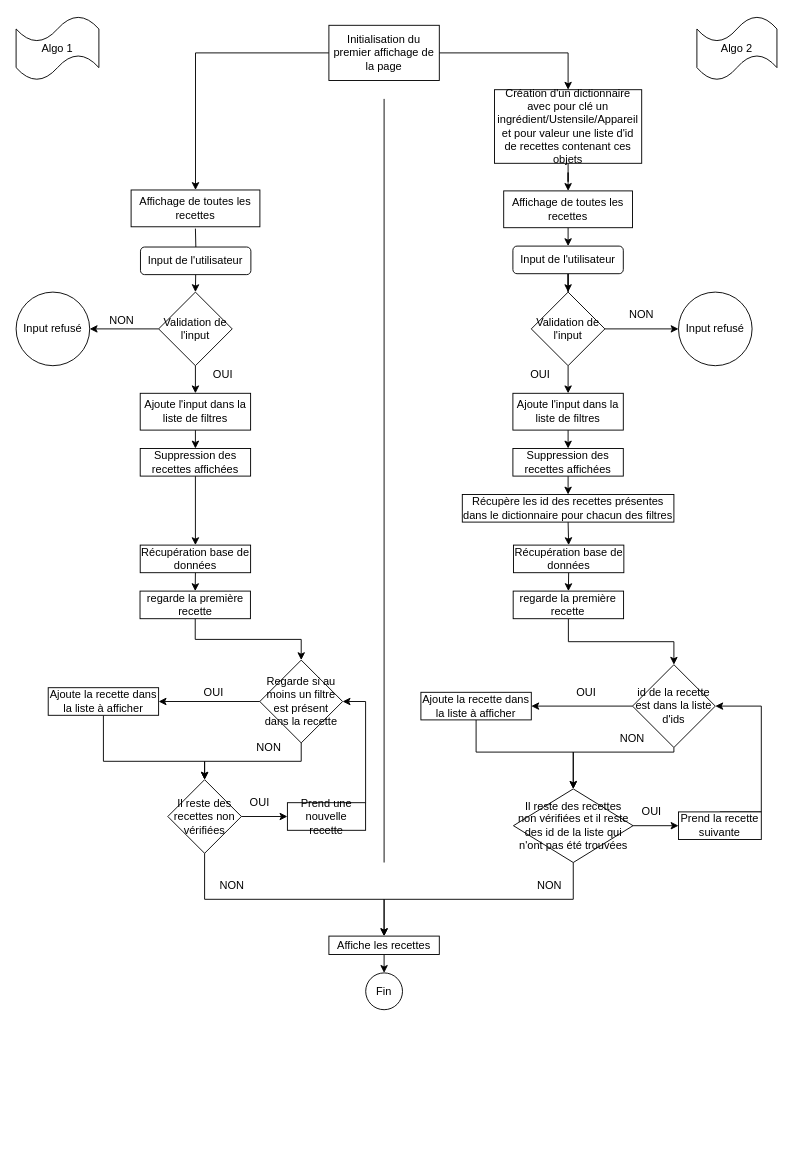
Earlier version of the draw.io diagram Diagramme sans nom.drawio (Antonin81/Les-petits-plats). Source tidied: cells renumbered, new cells numbered last; positions are measured from the earlier drawing's top-left corner, leaving out a move shared by most shapes. Both pictures are drawn from the tidied source at 92%, with x=0, y=0 at pixel (16, 16).
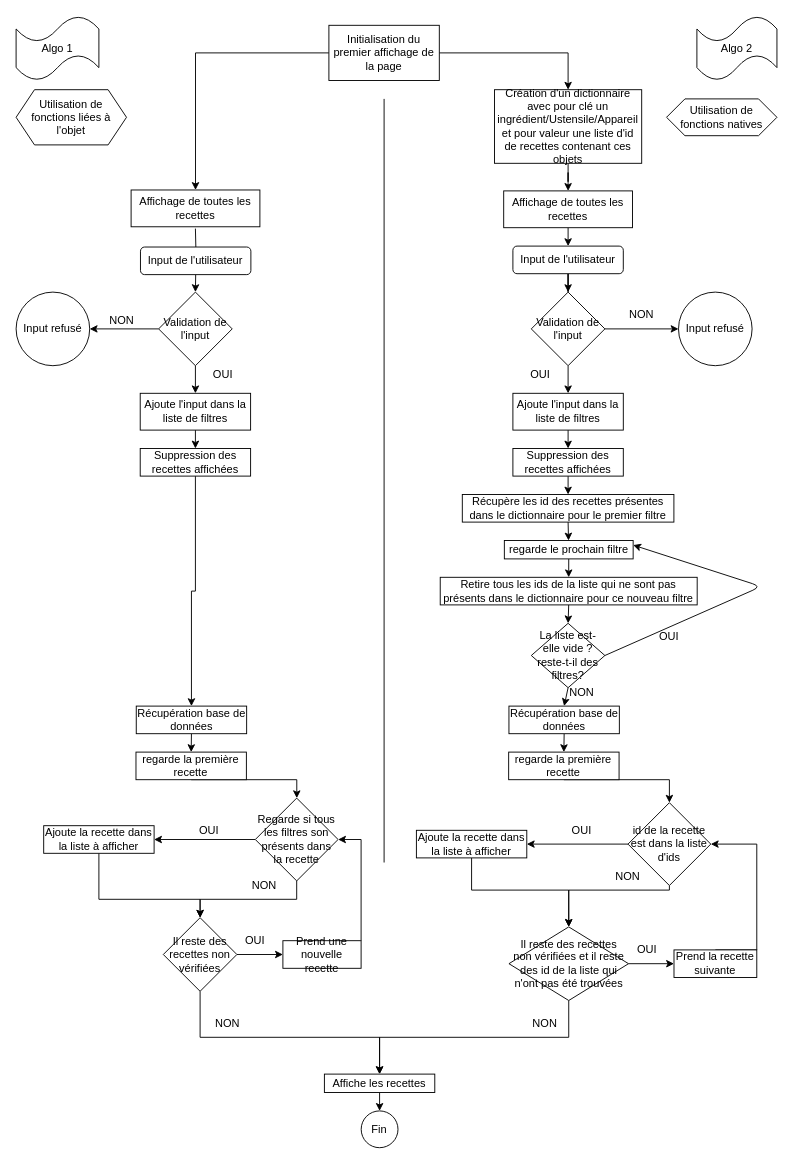
Above is the later version.

Commit message:
Ajout du deuxième changement (fonctions natives et liées à l'objet) entre les deux algos sur le schéma

What changed in the source:
```diff
@@
     <mxCell id="30" value="Récupération base de données" style="rounded=0;whiteSpace=wrap;html=1;" parent="1" vertex="1">
-      <mxGeometry x="134.9" y="575" width="120" height="30" as="geometry" />
+      <mxGeometry x="130.6" y="750" width="120" height="30" as="geometry" />
     </mxCell>
     <mxCell id="31" style="edgeStyle=orthogonalEdgeStyle;rounded=0;jettySize=auto;html=1;exitX=0.5;exitY=1;exitDx=0;exitDy=0;" parent="1" edge="1" source="32" target="37">
-      <mxGeometry relative="1" as="geometry" />
+      <mxGeometry relative="1" as="geometry">
+        <Array as="points">
+          <mxPoint x="305.1" y="830" />
+        </Array>
+      </mxGeometry>
     </mxCell>
     <mxCell id="32" value="regarde la première recette" style="rounded=0;whiteSpace=wrap;html=1;" parent="1" vertex="1">
-      <mxGeometry x="134.7" y="625" width="120" height="30" as="geometry" />
+      <mxGeometry x="130.3" y="800" width="120" height="30" as="geometry" />
     </mxCell>
@@
-    <mxCell id="37" value="Regarde si au moins un filtre est présent dans la recette" style="rhombus;whiteSpace=wrap;html=1;" parent="1" vertex="1">
-      <mxGeometry x="264.9" y="700" width="90" height="90" as="geometry" />
+    <mxCell id="37" value="Regarde si tous les filtres son présents dans la recette" style="rhombus;whiteSpace=wrap;html=1;" parent="1" vertex="1">
+      <mxGeometry x="260" y="850" width="90" height="90" as="geometry" />
     </mxCell>
     <mxCell id="38" style="edgeStyle=orthogonalEdgeStyle;rounded=0;jettySize=auto;html=1;exitX=0.5;exitY=1;exitDx=0;exitDy=0;entryX=0.5;entryY=0;entryDx=0;entryDy=0;" parent="1" edge="1" source="39" target="43">
       <mxGeometry relative="1" as="geometry">
         <Array as="points">
-          <mxPoint x="94.9" y="810" />
-          <mxPoint x="204.9" y="810" />
+          <mxPoint x="90" y="960" />
+          <mxPoint x="200" y="960" />
         </Array>
       </mxGeometry>
     </mxCell>
     <mxCell id="39" value="Ajoute la recette dans la liste à afficher" style="rounded=0;whiteSpace=wrap;html=1;" parent="1" vertex="1">
-      <mxGeometry x="34.9" y="730" width="120" height="30" as="geometry" />
+      <mxGeometry x="30" y="880" width="120" height="30" as="geometry" />
     </mxCell>
     <mxCell id="40" value="OUI" style="text;html=1;strokeColor=none;fillColor=none;align=center;verticalAlign=middle;whiteSpace=wrap;rounded=0;" parent="1" vertex="1">
-      <mxGeometry x="184.9" y="720" width="60" height="30" as="geometry" />
+      <mxGeometry x="180" y="870" width="60" height="30" as="geometry" />
     </mxCell>
@@
-    <mxCell id="42" style="edgeStyle=orthogonalEdgeStyle;rounded=0;jettySize=auto;html=1;exitX=0.5;exitY=1;exitDx=0;exitDy=0;" parent="1" edge="1" source="43" target="49">
+    <mxCell id="42" style="edgeStyle=orthogonalEdgeStyle;rounded=0;jettySize=auto;html=1;exitX=0.5;exitY=1;exitDx=0;exitDy=0;entryX=0.5;entryY=0;entryDx=0;entryDy=0;" parent="1" edge="1" source="43" target="49">
       <mxGeometry relative="1" as="geometry">
         <Array as="points">
-          <mxPoint x="205" y="960" />
-          <mxPoint x="400" y="960" />
+          <mxPoint x="200" y="1110" />
+          <mxPoint x="395" y="1110" />
         </Array>
       </mxGeometry>
     </mxCell>
     <mxCell id="43" value="Il reste des recettes non vérifiées" style="rhombus;whiteSpace=wrap;html=1;" parent="1" vertex="1">
-      <mxGeometry x="164.9" y="830" width="80" height="80" as="geometry" />
+      <mxGeometry x="160" y="980" width="80" height="80" as="geometry" />
     </mxCell>
     <mxCell id="44" value="NON" style="text;html=1;strokeColor=none;fillColor=none;align=center;verticalAlign=middle;whiteSpace=wrap;rounded=0;" parent="1" vertex="1">
-      <mxGeometry x="244.9" y="780" width="60" height="30" as="geometry" />
+      <mxGeometry x="240" y="930" width="60" height="30" as="geometry" />
     </mxCell>
     <mxCell id="45" style="edgeStyle=orthogonalEdgeStyle;rounded=0;jettySize=auto;html=1;exitX=1;exitY=0;exitDx=0;exitDy=0;entryX=1;entryY=0.5;entryDx=0;entryDy=0;" parent="1" edge="1" source="46" target="37">
       <mxGeometry relative="1" as="geometry">
         <Array as="points">
-          <mxPoint x="380" y="745" />
+          <mxPoint x="375.1" y="895" />
         </Array>
       </mxGeometry>
     </mxCell>
     <mxCell id="46" value="Prend une nouvelle recette" style="rounded=0;whiteSpace=wrap;html=1;" parent="1" vertex="1">
-      <mxGeometry x="294.9" y="855" width="85" height="30" as="geometry" />
+      <mxGeometry x="290" y="1005" width="85" height="30" as="geometry" />
     </mxCell>
     <mxCell id="47" value="OUI" style="text;html=1;strokeColor=none;fillColor=none;align=center;verticalAlign=middle;whiteSpace=wrap;rounded=0;" parent="1" vertex="1">
-      <mxGeometry x="234.9" y="840" width="60" height="30" as="geometry" />
+      <mxGeometry x="230" y="990" width="60" height="30" as="geometry" />
     </mxCell>
@@
     <mxCell id="49" value="Affiche les recettes" style="rounded=0;whiteSpace=wrap;html=1;" parent="1" vertex="1">
-      <mxGeometry x="340" y="1000" width="120" height="20" as="geometry" />
+      <mxGeometry x="335.1" y="1150" width="120" height="20" as="geometry" />
     </mxCell>
     <mxCell id="50" value="Fin" style="ellipse;whiteSpace=wrap;html=1;" parent="1" vertex="1">
-      <mxGeometry x="380" y="1040" width="40" height="40" as="geometry" />
+      <mxGeometry x="375.1" y="1190" width="40" height="40" as="geometry" />
     </mxCell>
@@
-    <mxCell id="58" style="edgeStyle=orthogonalEdgeStyle;rounded=0;jettySize=auto;html=1;exitX=0.5;exitY=1;exitDx=0;exitDy=0;entryX=0.5;entryY=0;entryDx=0;entryDy=0;" parent="1" edge="1" source="59" target="61">
-      <mxGeometry relative="1" as="geometry" />
-    </mxCell>
+    <mxCell id="79" style="edgeStyle=none;html=1;exitX=0.5;exitY=1;exitDx=0;exitDy=0;" parent="1" edge="1" source="59" target="81">
+      <mxGeometry relative="1" as="geometry" />
+    </mxCell>
-    <mxCell id="59" value="Récupère les id des recettes présentes dans le dictionnaire pour chacun des filtres" style="rounded=0;whiteSpace=wrap;html=1;" parent="1" vertex="1">
+    <mxCell id="59" value="Récupère les id des recettes présentes dans le dictionnaire pour le premier filtre" style="rounded=0;whiteSpace=wrap;html=1;" parent="1" vertex="1">
       <mxGeometry x="485" y="520" width="230" height="30" as="geometry" />
     </mxCell>
@@
     <mxCell id="61" value="Récupération base de données" style="rounded=0;whiteSpace=wrap;html=1;" parent="1" vertex="1">
-      <mxGeometry x="540.6" y="575" width="120" height="30" as="geometry" />
+      <mxGeometry x="535.7" y="750" width="120" height="30" as="geometry" />
     </mxCell>
     <mxCell id="62" style="edgeStyle=orthogonalEdgeStyle;rounded=0;jettySize=auto;html=1;exitX=0.5;exitY=1;exitDx=0;exitDy=0;" parent="1" edge="1" source="63" target="66">
-      <mxGeometry relative="1" as="geometry" />
+      <mxGeometry relative="1" as="geometry">
+        <Array as="points">
+          <mxPoint x="710.1" y="830" />
+        </Array>
+      </mxGeometry>
     </mxCell>
     <mxCell id="63" value="regarde la première recette" style="rounded=0;whiteSpace=wrap;html=1;" parent="1" vertex="1">
-      <mxGeometry x="540.3" y="625" width="120" height="30" as="geometry" />
+      <mxGeometry x="535.4" y="800" width="120" height="30" as="geometry" />
     </mxCell>
@@
     <mxCell id="65" style="edgeStyle=orthogonalEdgeStyle;rounded=0;jettySize=auto;html=1;exitX=0.5;exitY=1;exitDx=0;exitDy=0;entryX=0.5;entryY=0;entryDx=0;entryDy=0;" parent="1" edge="1" source="66" target="73">
       <mxGeometry relative="1" as="geometry">
         <Array as="points">
-          <mxPoint x="715" y="800" />
-          <mxPoint x="606" y="800" />
-          <mxPoint x="606" y="840" />
+          <mxPoint x="710.1" y="950" />
+          <mxPoint x="601.1" y="950" />
+          <mxPoint x="601.1" y="990" />
         </Array>
       </mxGeometry>
     </mxCell>
     <mxCell id="66" value="id de la recette est dans la liste d'ids" style="rhombus;whiteSpace=wrap;html=1;" parent="1" vertex="1">
-      <mxGeometry x="670" y="705" width="90" height="90" as="geometry" />
+      <mxGeometry x="665.1" y="855" width="90" height="90" as="geometry" />
     </mxCell>
     <mxCell id="67" style="edgeStyle=orthogonalEdgeStyle;rounded=0;jettySize=auto;html=1;entryX=0.5;entryY=0;entryDx=0;entryDy=0;exitX=0.5;exitY=1;exitDx=0;exitDy=0;" parent="1" edge="1" source="70" target="73">
       <mxGeometry relative="1" as="geometry">
         <Array as="points">
-          <mxPoint x="500" y="800" />
-          <mxPoint x="606" y="800" />
-          <mxPoint x="606" y="840" />
+          <mxPoint x="495.1" y="950" />
+          <mxPoint x="601.1" y="950" />
+          <mxPoint x="601.1" y="990" />
         </Array>
       </mxGeometry>
     </mxCell>
     <mxCell id="68" value="OUI" style="text;html=1;strokeColor=none;fillColor=none;align=center;verticalAlign=middle;whiteSpace=wrap;rounded=0;" parent="1" vertex="1">
-      <mxGeometry x="590" y="720" width="60" height="30" as="geometry" />
+      <mxGeometry x="585.1" y="870" width="60" height="30" as="geometry" />
     </mxCell>
     <mxCell id="69" value="NON" style="text;html=1;strokeColor=none;fillColor=none;align=center;verticalAlign=middle;whiteSpace=wrap;rounded=0;" parent="1" vertex="1">
-      <mxGeometry x="640" y="770" width="60" height="30" as="geometry" />
+      <mxGeometry x="635.1" y="920" width="60" height="30" as="geometry" />
     </mxCell>
     <mxCell id="70" value="Ajoute la recette dans la liste à afficher" style="rounded=0;whiteSpace=wrap;html=1;" parent="1" vertex="1">
-      <mxGeometry x="440" y="735" width="120" height="30" as="geometry" />
+      <mxGeometry x="435.1" y="885" width="120" height="30" as="geometry" />
     </mxCell>
@@
     <mxCell id="73" value="Il reste des recettes non vérifiées et il reste des id de la liste qui n'ont pas été trouvées" style="rhombus;whiteSpace=wrap;html=1;" parent="1" vertex="1">
-      <mxGeometry x="540.6" y="840" width="130" height="80" as="geometry" />
+      <mxGeometry x="535.7" y="990" width="130" height="80" as="geometry" />
     </mxCell>
     <mxCell id="74" value="NON" style="text;html=1;strokeColor=none;fillColor=none;align=center;verticalAlign=middle;whiteSpace=wrap;rounded=0;" parent="1" vertex="1">
-      <mxGeometry x="204.9" y="930" width="60" height="30" as="geometry" />
+      <mxGeometry x="200" y="1080" width="60" height="30" as="geometry" />
     </mxCell>
     <mxCell id="75" style="edgeStyle=orthogonalEdgeStyle;rounded=0;jettySize=auto;html=1;exitX=0.5;exitY=0;exitDx=0;exitDy=0;entryX=1;entryY=0.5;entryDx=0;entryDy=0;" parent="1" edge="1" source="76" target="66">
       <mxGeometry relative="1" as="geometry">
         <Array as="points">
-          <mxPoint x="810" y="865" />
-          <mxPoint x="810" y="750" />
+          <mxPoint x="805.1" y="1015" />
+          <mxPoint x="805.1" y="900" />
         </Array>
       </mxGeometry>
     </mxCell>
     <mxCell id="76" value="Prend la recette suivante" style="rounded=0;whiteSpace=wrap;html=1;" parent="1" vertex="1">
-      <mxGeometry x="720" y="865" width="90" height="30" as="geometry" />
+      <mxGeometry x="715.1" y="1015" width="90" height="30" as="geometry" />
     </mxCell>
     <mxCell id="77" value="OUI" style="text;html=1;strokeColor=none;fillColor=none;align=center;verticalAlign=middle;whiteSpace=wrap;rounded=0;" parent="1" vertex="1">
-      <mxGeometry x="660.6" y="850" width="60" height="30" as="geometry" />
+      <mxGeometry x="655.7" y="1000" width="60" height="30" as="geometry" />
     </mxCell>
     <mxCell id="78" value="NON" style="text;html=1;strokeColor=none;fillColor=none;align=center;verticalAlign=middle;whiteSpace=wrap;rounded=0;" parent="1" vertex="1">
-      <mxGeometry x="550" y="930" width="60" height="30" as="geometry" />
+      <mxGeometry x="545.1" y="1080" width="60" height="30" as="geometry" />
     </mxCell>
+    <mxCell id="80" style="edgeStyle=none;html=1;exitX=0.5;exitY=1;exitDx=0;exitDy=0;entryX=0.5;entryY=0;entryDx=0;entryDy=0;" parent="1" edge="1" source="81" target="83">
+      <mxGeometry relative="1" as="geometry" />
+    </mxCell>
+    <mxCell id="81" value="regarde le prochain filtre" style="rounded=0;whiteSpace=wrap;html=1;" parent="1" vertex="1">
+      <mxGeometry x="530.7" y="570" width="140" height="20" as="geometry" />
+    </mxCell>
+    <mxCell id="82" style="edgeStyle=none;html=1;exitX=0.5;exitY=1;exitDx=0;exitDy=0;entryX=0.5;entryY=0;entryDx=0;entryDy=0;" parent="1" edge="1" source="83" target="86">
+      <mxGeometry relative="1" as="geometry" />
+    </mxCell>
+    <mxCell id="83" value="Retire tous les ids de la liste qui ne sont pas présents dans le dictionnaire pour ce nouveau filtre" style="rounded=0;whiteSpace=wrap;html=1;" parent="1" vertex="1">
+      <mxGeometry x="461" y="610" width="279.3" height="30" as="geometry" />
+    </mxCell>
+    <mxCell id="84" style="edgeStyle=none;html=1;exitX=1;exitY=0.5;exitDx=0;exitDy=0;entryX=1;entryY=0.25;entryDx=0;entryDy=0;" parent="1" edge="1" source="86" target="81">
+      <mxGeometry relative="1" as="geometry">
+        <Array as="points">
+          <mxPoint x="810" y="620" />
+        </Array>
+      </mxGeometry>
+    </mxCell>
+    <mxCell id="85" style="edgeStyle=none;html=1;exitX=0.5;exitY=1;exitDx=0;exitDy=0;entryX=0.5;entryY=0;entryDx=0;entryDy=0;" parent="1" edge="1" source="86" target="61">
+      <mxGeometry relative="1" as="geometry" />
+    </mxCell>
+    <mxCell id="86" value="La liste est-elle vide ? reste-t-il des filtres?" style="rhombus;whiteSpace=wrap;html=1;" parent="1" vertex="1">
+      <mxGeometry x="560" y="660" width="80" height="70" as="geometry" />
+    </mxCell>
+    <mxCell id="87" value="OUI" style="text;html=1;strokeColor=none;fillColor=none;align=center;verticalAlign=middle;whiteSpace=wrap;rounded=0;" parent="1" vertex="1">
+      <mxGeometry x="680.3" y="660" width="60" height="30" as="geometry" />
+    </mxCell>
+    <mxCell id="88" value="NON" style="text;html=1;strokeColor=none;fillColor=none;align=center;verticalAlign=middle;whiteSpace=wrap;rounded=0;" parent="1" vertex="1">
+      <mxGeometry x="585.1" y="720" width="60" height="30" as="geometry" />
+    </mxCell>
+    <mxCell id="89" value="Utilisation de fonctions liées à l'objet" style="shape=hexagon;perimeter=hexagonPerimeter2;whiteSpace=wrap;html=1;fixedSize=1;" parent="1" vertex="1">
+      <mxGeometry y="80" width="120" height="60" as="geometry" />
+    </mxCell>
+    <mxCell id="90" value="Utilisation de fonctions natives" style="shape=hexagon;perimeter=hexagonPerimeter2;whiteSpace=wrap;html=1;fixedSize=1;" parent="1" vertex="1">
+      <mxGeometry x="707" y="90" width="120" height="40" as="geometry" />
+    </mxCell>
```
